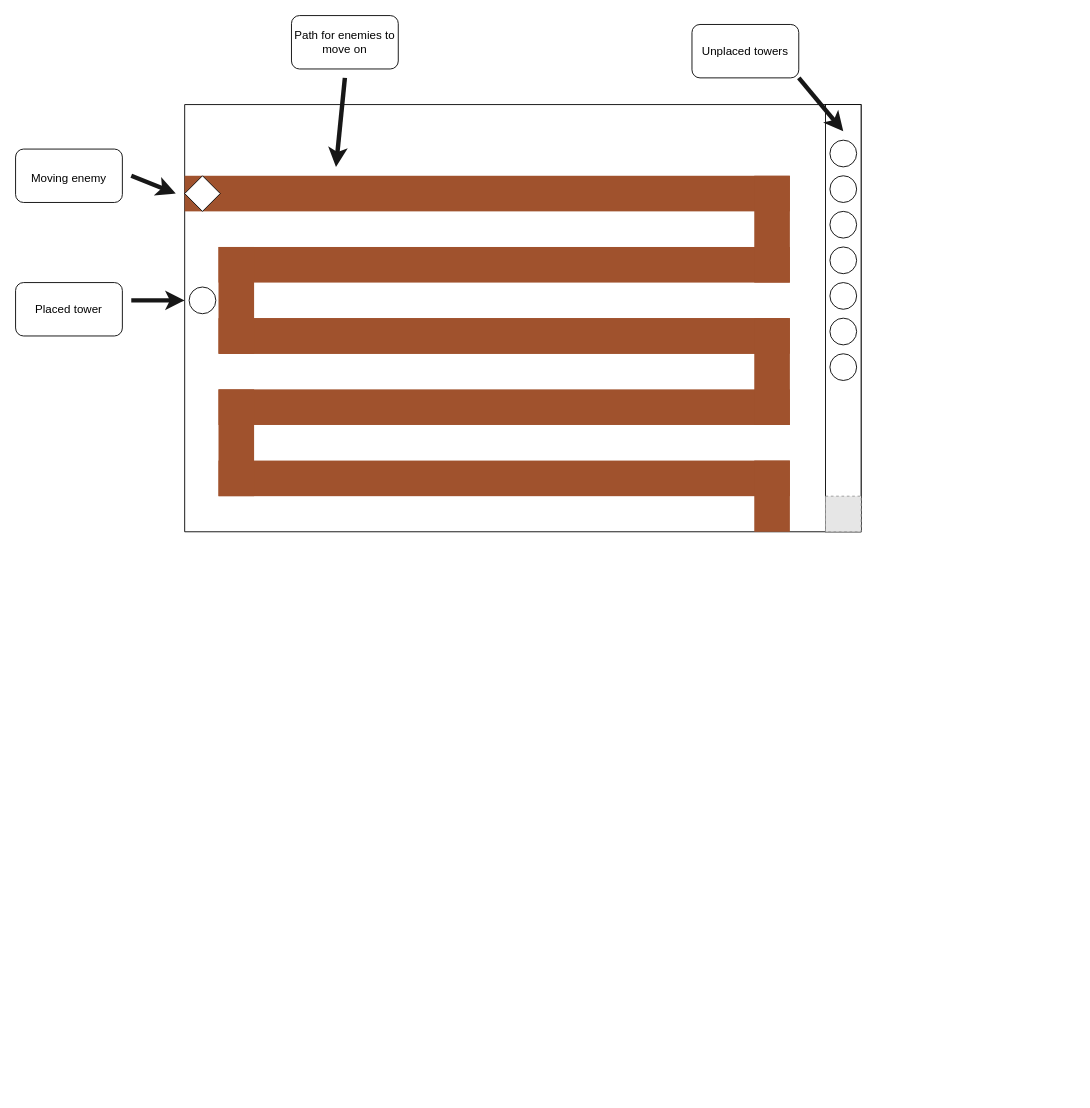
Before: TowerDefenseGP.drawio in olliglorioso/datasets, a draw.io diagram. Source tidied: cells renumbered, new cells numbered last; positions are measured from the earlier drawing's top-left corner, leaving out a move shared by most shapes. Both pictures are drawn from the tidied source at 89%, with x=0, y=0 at pixel (15, 15). Pictures stored in the file or linked from it are replaced by grey dashed boxes.
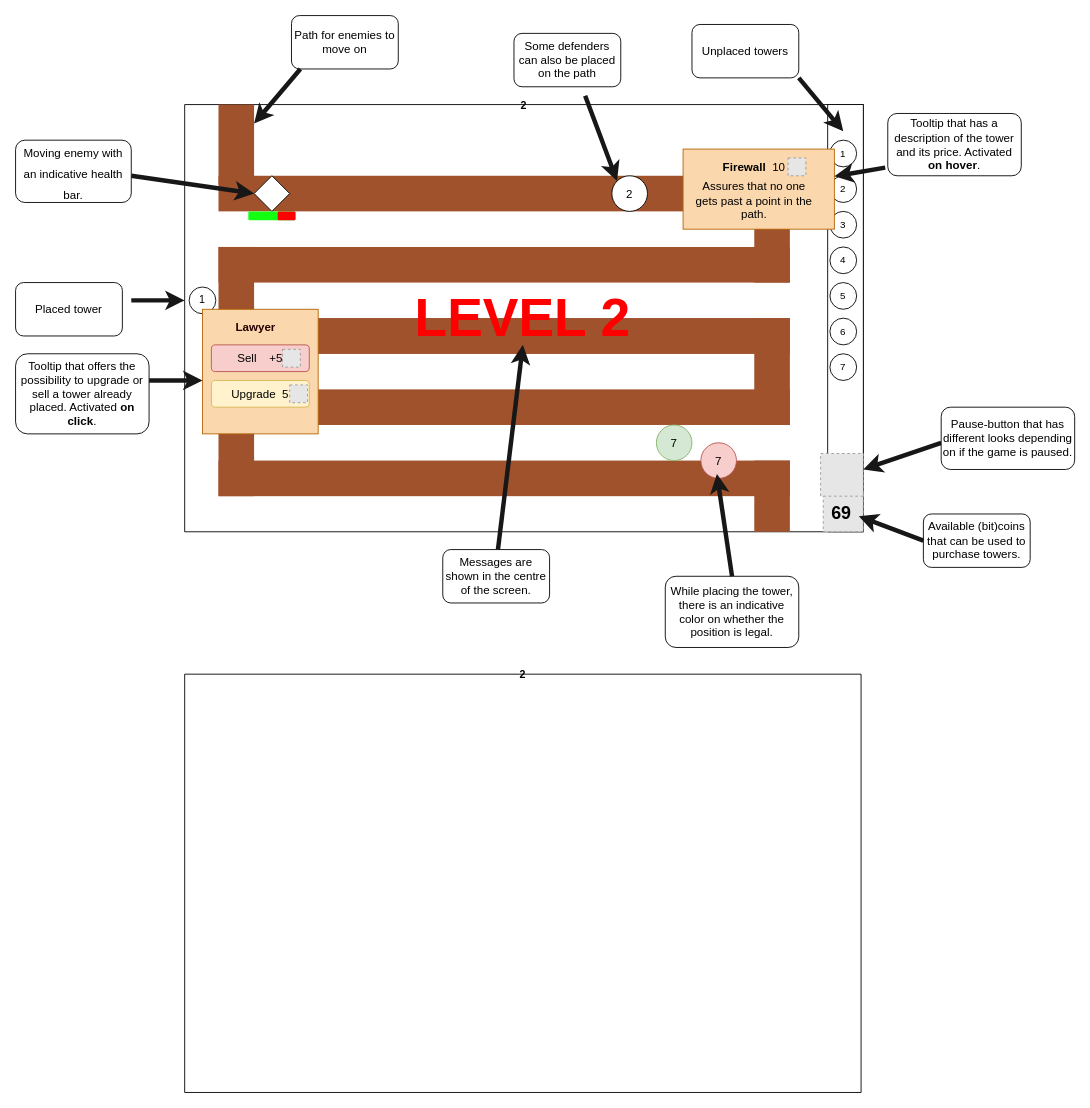
The same diagram, later.

Diff of the diagram source:
```diff
@@
-    <mxCell id="2" style="swimlane;startSize=0;fillColor=#009900;strokeColor=#000000;" parent="1" vertex="1">
-      <mxGeometry x="190" y="100" width="760" height="480" as="geometry" />
+    <mxCell id="2" value="2" style="swimlane;startSize=0;fillColor=#009900;strokeColor=#000000;" parent="1" vertex="1">
+      <mxGeometry x="190" y="100" width="762.5" height="480" as="geometry" />
     </mxCell>
     <mxCell id="3" style="rounded=0;whiteSpace=wrap;html=1;" parent="2" vertex="1">
-      <mxGeometry x="720" width="40" height="480" as="geometry" />
+      <mxGeometry x="722.5" width="40" height="480" as="geometry" />
     </mxCell>
@@
     <mxCell id="11" style="rounded=0;whiteSpace=wrap;html=1;fillColor=#a0522d;fontColor=#ffffff;strokeColor=none;" parent="2" vertex="1">
-      <mxGeometry y="80" width="680" height="40" as="geometry" />
+      <mxGeometry x="38" y="80" width="642" height="40" as="geometry" />
     </mxCell>
@@
     <mxCell id="21" style="rhombus;whiteSpace=wrap;html=1;fontSize=20;" parent="2" vertex="1">
-      <mxGeometry y="80" width="40" height="40" as="geometry" />
+      <mxGeometry x="78" y="80" width="40" height="40" as="geometry" />
     </mxCell>
-    <mxCell id="22" style="ellipse;whiteSpace=wrap;html=1;" parent="2" vertex="1">
+    <mxCell id="22" value="1" style="ellipse;whiteSpace=wrap;html=1;" parent="2" vertex="1">
       <mxGeometry x="5" y="205" width="30" height="30" as="geometry" />
     </mxCell>
-    <mxCell id="23" style="endArrow=classic;html=1;rounded=0;strokeColor=#171717;strokeWidth=5;fontSize=20;" parent="2" edge="1">
-      <mxGeometry relative="1" as="geometry">
-        <mxPoint x="180" y="-30" as="sourcePoint" />
-        <mxPoint x="170" y="70" as="targetPoint" />
-      </mxGeometry>
-    </mxCell>
     <mxCell id="24" style="fillColor=#E6E6E6;strokeColor=#999999;dashed=1;verticalLabelPosition=bottom;labelBackgroundColor=default;verticalAlign=top;" parent="2" vertex="1">
-      <mxGeometry x="720" y="440" width="40" height="40" as="geometry" />
+      <mxGeometry x="717.5" y="435" width="45" height="45" as="geometry" />
     </mxCell>
+    <mxCell id="33" value="&lt;font style=&quot;font-size: 20px;&quot;&gt;&lt;b style=&quot;font-size: 20px;&quot;&gt;69&lt;/b&gt;&lt;/font&gt;" style="text;strokeColor=none;align=center;fillColor=none;html=1;verticalAlign=middle;whiteSpace=wrap;rounded=0;fontSize=20;labelBackgroundColor=none;" parent="2" vertex="1">
+      <mxGeometry x="717.5" y="447.5" width="40" height="20" as="geometry" />
+    </mxCell>
+    <mxCell id="34" style="rounded=0;whiteSpace=wrap;html=1;fillColor=#a0522d;fontColor=#ffffff;strokeColor=none;" parent="2" vertex="1">
+      <mxGeometry x="38" width="40" height="90" as="geometry" />
+    </mxCell>
+    <mxCell id="35" value="1" style="text;strokeColor=none;align=center;fillColor=none;html=1;verticalAlign=middle;whiteSpace=wrap;rounded=0;fontSize=11;" parent="2" vertex="1">
+      <mxGeometry x="725" y="40" width="30" height="30" as="geometry" />
+    </mxCell>
+    <mxCell id="36" value="2" style="text;strokeColor=none;align=center;fillColor=none;html=1;verticalAlign=middle;whiteSpace=wrap;rounded=0;fontSize=11;" parent="2" vertex="1">
+      <mxGeometry x="725" y="80" width="30" height="30" as="geometry" />
+    </mxCell>
+    <mxCell id="37" value="3" style="text;strokeColor=none;align=center;fillColor=none;html=1;verticalAlign=middle;whiteSpace=wrap;rounded=0;fontSize=11;" parent="2" vertex="1">
+      <mxGeometry x="725" y="120" width="30" height="30" as="geometry" />
+    </mxCell>
+    <mxCell id="38" value="4" style="text;strokeColor=none;align=center;fillColor=none;html=1;verticalAlign=middle;whiteSpace=wrap;rounded=0;fontSize=11;" parent="2" vertex="1">
+      <mxGeometry x="725" y="160" width="30" height="30" as="geometry" />
+    </mxCell>
+    <mxCell id="39" value="5" style="text;strokeColor=none;align=center;fillColor=none;html=1;verticalAlign=middle;whiteSpace=wrap;rounded=0;fontSize=11;" parent="2" vertex="1">
+      <mxGeometry x="725" y="200" width="30" height="30" as="geometry" />
+    </mxCell>
+    <mxCell id="40" value="6" style="text;strokeColor=none;align=center;fillColor=none;html=1;verticalAlign=middle;whiteSpace=wrap;rounded=0;fontSize=11;" parent="2" vertex="1">
+      <mxGeometry x="725" y="240" width="30" height="30" as="geometry" />
+    </mxCell>
+    <mxCell id="41" value="7" style="text;strokeColor=none;align=center;fillColor=none;html=1;verticalAlign=middle;whiteSpace=wrap;rounded=0;fontSize=11;" parent="2" vertex="1">
+      <mxGeometry x="725" y="280" width="30" height="30" as="geometry" />
+    </mxCell>
+    <mxCell id="42" value="&lt;font style=&quot;font-size: 13px;&quot;&gt;2&lt;/font&gt;" style="ellipse;whiteSpace=wrap;html=1;fontSize=11;" parent="2" vertex="1">
+      <mxGeometry x="480" y="80" width="40" height="40" as="geometry" />
+    </mxCell>
+    <mxCell id="43" style="endArrow=classic;html=1;rounded=0;strokeColor=#171717;strokeWidth=5;fontSize=20;entryX=0;entryY=0;entryDx=0;entryDy=0;" parent="2" edge="1" target="42">
+      <mxGeometry relative="1" as="geometry">
+        <mxPoint x="450" y="-10" as="sourcePoint" />
+      </mxGeometry>
+    </mxCell>
+    <mxCell id="44" style="rounded=0;whiteSpace=wrap;html=1;strokeColor=#b46504;fontSize=13;fillColor=#fad7ac;" parent="2" vertex="1">
+      <mxGeometry x="560" y="50" width="170" height="90" as="geometry" />
+    </mxCell>
+    <mxCell id="45" style="fillColor=#E6E6E6;strokeColor=#999999;dashed=1;verticalLabelPosition=bottom;labelBackgroundColor=default;verticalAlign=top;" parent="2" vertex="1">
+      <mxGeometry x="678" y="60" width="20" height="20" as="geometry" />
+    </mxCell>
+    <mxCell id="46" value="&lt;b&gt;Firewall&lt;/b&gt;&amp;nbsp; 10" style="text;strokeColor=none;align=center;fillColor=none;html=1;verticalAlign=middle;whiteSpace=wrap;rounded=0;fontSize=13;" parent="2" vertex="1">
+      <mxGeometry x="580" y="55" width="120" height="30" as="geometry" />
+    </mxCell>
+    <mxCell id="47" value="Assures that no one gets past a point in the path." style="text;strokeColor=none;align=center;fillColor=none;html=1;verticalAlign=middle;whiteSpace=wrap;rounded=0;fontSize=13;" parent="2" vertex="1">
+      <mxGeometry x="570" y="85" width="140" height="45" as="geometry" />
+    </mxCell>
+    <mxCell id="48" value="&lt;h1 style=&quot;font-size: 60px;&quot;&gt;LEVEL 2&lt;/h1&gt;" style="text;strokeColor=none;align=center;fillColor=none;html=1;verticalAlign=middle;whiteSpace=wrap;rounded=0;fontSize=60;labelBackgroundColor=none;fontColor=#ff0000;" parent="2" vertex="1">
+      <mxGeometry x="140" y="210" width="480" height="60" as="geometry" />
+    </mxCell>
+    <mxCell id="49" style="rounded=0;whiteSpace=wrap;html=1;strokeColor=#b46504;fontSize=13;fillColor=#fad7ac;" parent="2" vertex="1">
+      <mxGeometry x="20" y="230" width="130" height="140" as="geometry" />
+    </mxCell>
+    <mxCell id="50" style="endArrow=classic;html=1;rounded=0;strokeColor=#171717;strokeWidth=5;fontSize=20;" parent="2" edge="1">
+      <mxGeometry relative="1" as="geometry">
+        <mxPoint x="-40" y="310" as="sourcePoint" />
+        <mxPoint x="20" y="310" as="targetPoint" />
+      </mxGeometry>
+    </mxCell>
+    <mxCell id="51" value="&lt;b&gt;Lawyer&lt;/b&gt;" style="text;strokeColor=none;align=center;fillColor=none;html=1;verticalAlign=middle;whiteSpace=wrap;rounded=0;fontSize=13;fontColor=#260000;" parent="2" vertex="1">
+      <mxGeometry x="50" y="235" width="60" height="30" as="geometry" />
+    </mxCell>
+    <mxCell id="52" value="Sell&amp;nbsp; &amp;nbsp; +5" style="rounded=1;whiteSpace=wrap;html=1;labelBackgroundColor=none;strokeColor=#b85450;fontSize=13;fillColor=#f8cecc;" parent="2" vertex="1">
+      <mxGeometry x="30" y="270" width="110" height="30" as="geometry" />
+    </mxCell>
+    <mxCell id="53" value="Upgrade&amp;nbsp; 5" style="rounded=1;whiteSpace=wrap;html=1;labelBackgroundColor=none;strokeColor=#d6b656;fontSize=13;fillColor=#fff2cc;" parent="2" vertex="1">
+      <mxGeometry x="30" y="310" width="110" height="30" as="geometry" />
+    </mxCell>
+    <mxCell id="54" style="fillColor=#E6E6E6;strokeColor=#999999;dashed=1;verticalLabelPosition=bottom;labelBackgroundColor=default;verticalAlign=top;" parent="2" vertex="1">
+      <mxGeometry x="118" y="315" width="20" height="20" as="geometry" />
+    </mxCell>
+    <mxCell id="55" style="fillColor=#E6E6E6;strokeColor=#999999;dashed=1;verticalLabelPosition=bottom;labelBackgroundColor=default;verticalAlign=top;" parent="2" vertex="1">
+      <mxGeometry x="110" y="275" width="20" height="20" as="geometry" />
+    </mxCell>
+    <mxCell id="56" style="rounded=1;whiteSpace=wrap;html=1;labelBackgroundColor=none;strokeColor=none;fontSize=13;fontColor=#260000;fillColor=#12FF12;" parent="2" vertex="1">
+      <mxGeometry x="71.5" y="120" width="53" height="10" as="geometry" />
+    </mxCell>
+    <mxCell id="57" style="rounded=1;whiteSpace=wrap;html=1;labelBackgroundColor=none;strokeColor=none;fontSize=13;fontColor=#260000;fillColor=#FF0000;" parent="2" vertex="1">
+      <mxGeometry x="104.5" y="120" width="20" height="10" as="geometry" />
+    </mxCell>
+    <mxCell id="58" value="7" style="ellipse;whiteSpace=wrap;html=1;labelBackgroundColor=none;strokeColor=#b85450;fontSize=13;fillColor=#f8cecc;" parent="2" vertex="1">
+      <mxGeometry x="580" y="380" width="40" height="40" as="geometry" />
+    </mxCell>
+    <mxCell id="59" value="7" style="ellipse;whiteSpace=wrap;html=1;labelBackgroundColor=none;strokeColor=#82b366;fontSize=13;fillColor=#d5e8d4;" parent="2" vertex="1">
+      <mxGeometry x="530" y="360" width="40" height="40" as="geometry" />
+    </mxCell>
+    <mxCell id="60" style="fillColor=#E6E6E6;strokeColor=#999999;dashed=1;html=1;verticalAlign=top;verticalLabelPosition=bottom;labelBackgroundColor=#ffffff;fontSize=13;fontColor=#260000;" parent="2" vertex="1">
+      <mxGeometry x="714.5" y="392" width="48" height="48" as="geometry" />
+    </mxCell>
@@
-    <mxCell id="26" style="endArrow=classic;html=1;rounded=0;strokeColor=#171717;strokeWidth=5;fontSize=20;" parent="1" edge="1">
+    <mxCell id="26" style="endArrow=classic;html=1;rounded=0;strokeColor=#171717;strokeWidth=5;fontSize=20;entryX=0;entryY=0.5;entryDx=0;entryDy=0;" parent="1" edge="1" target="21">
       <mxGeometry relative="1" as="geometry">
         <mxPoint x="130" y="180" as="sourcePoint" />
-        <mxPoint x="180" y="200" as="targetPoint" />
       </mxGeometry>
     </mxCell>
-    <mxCell id="27" value="&lt;font style=&quot;font-size: 13px;&quot;&gt;Moving enemy&lt;/font&gt;" style="rounded=1;whiteSpace=wrap;html=1;fontSize=20;" parent="1" vertex="1">
-      <mxGeometry y="150" width="120" height="60" as="geometry" />
+    <mxCell id="27" value="&lt;font style=&quot;font-size: 13px;&quot;&gt;Moving enemy with an indicative health bar.&lt;/font&gt;" style="rounded=1;whiteSpace=wrap;html=1;fontSize=20;" parent="1" vertex="1">
+      <mxGeometry y="140" width="130" height="70" as="geometry" />
     </mxCell>
@@
+    <mxCell id="61" value="&lt;font style=&quot;font-size: 13px;&quot;&gt;Some defenders can also be placed on the path&lt;/font&gt;" style="rounded=1;whiteSpace=wrap;html=1;fontSize=13;" parent="1" vertex="1">
+      <mxGeometry x="560" y="20" width="120" height="60" as="geometry" />
+    </mxCell>
+    <mxCell id="23" style="endArrow=classic;html=1;rounded=0;strokeColor=#171717;strokeWidth=5;fontSize=20;" parent="1" edge="1" target="34">
+      <mxGeometry relative="1" as="geometry">
+        <mxPoint x="320" y="60" as="sourcePoint" />
+      </mxGeometry>
+    </mxCell>
+    <mxCell id="62" value="Tooltip that has a description of the tower and its price. Activated &lt;b&gt;on hover&lt;/b&gt;." style="rounded=1;whiteSpace=wrap;html=1;fontSize=13;" parent="1" vertex="1">
+      <mxGeometry x="980" y="110" width="150" height="70" as="geometry" />
+    </mxCell>
+    <mxCell id="63" style="endArrow=classic;html=1;rounded=0;strokeColor=#171717;strokeWidth=5;fontSize=20;exitX=-0.019;exitY=0.87;exitDx=0;exitDy=0;exitPerimeter=0;" parent="1" edge="1" source="62" target="44">
+      <mxGeometry relative="1" as="geometry" />
+    </mxCell>
+    <mxCell id="64" value="Available (bit)coins that can be used to purchase towers." style="rounded=1;whiteSpace=wrap;html=1;fontSize=13;" parent="1" vertex="1">
+      <mxGeometry x="1020" y="560" width="120" height="60" as="geometry" />
+    </mxCell>
+    <mxCell id="65" style="endArrow=classic;html=1;rounded=0;strokeColor=#171717;strokeWidth=5;fontSize=20;exitX=-0.019;exitY=0.87;exitDx=0;exitDy=0;exitPerimeter=0;entryX=1;entryY=0.75;entryDx=0;entryDy=0;" parent="1" edge="1" target="33">
+      <mxGeometry relative="1" as="geometry">
+        <mxPoint x="1020" y="590" as="sourcePoint" />
+      </mxGeometry>
+    </mxCell>
+    <mxCell id="66" value="Messages are shown in the centre of the screen." style="rounded=1;whiteSpace=wrap;html=1;fontSize=13;" parent="1" vertex="1">
+      <mxGeometry x="480" y="600" width="120" height="60" as="geometry" />
+    </mxCell>
+    <mxCell id="67" style="endArrow=classic;html=1;rounded=0;strokeColor=#171717;strokeWidth=5;fontSize=20;entryX=0.5;entryY=1;entryDx=0;entryDy=0;" parent="1" edge="1" target="48">
+      <mxGeometry relative="1" as="geometry">
+        <mxPoint x="542" y="600" as="sourcePoint" />
+      </mxGeometry>
+    </mxCell>
+    <mxCell id="68" value="Tooltip that offers the possibility to upgrade or sell a tower already placed. Activated &lt;b&gt;on click&lt;/b&gt;." style="rounded=1;whiteSpace=wrap;html=1;fontSize=13;" parent="1" vertex="1">
+      <mxGeometry y="380" width="150" height="90" as="geometry" />
+    </mxCell>
+    <mxCell id="69" value="While placing the tower, there is an indicative color on whether the position is legal." style="rounded=1;whiteSpace=wrap;html=1;fontSize=13;" parent="1" vertex="1">
+      <mxGeometry x="730" y="630" width="150" height="80" as="geometry" />
+    </mxCell>
+    <mxCell id="70" style="endArrow=classic;html=1;rounded=0;strokeColor=#171717;strokeWidth=5;fontSize=20;entryX=0.5;entryY=1;entryDx=0;entryDy=0;exitX=0.5;exitY=0;exitDx=0;exitDy=0;" parent="1" edge="1" source="69">
+      <mxGeometry relative="1" as="geometry">
+        <mxPoint x="788" y="515" as="targetPoint" />
+      </mxGeometry>
+    </mxCell>
+    <mxCell id="71" style="endArrow=classic;html=1;rounded=0;strokeColor=#171717;strokeWidth=5;fontSize=20;entryX=1;entryY=0.75;entryDx=0;entryDy=0;" parent="1" edge="1">
+      <mxGeometry relative="1" as="geometry">
+        <mxPoint x="1040" y="480" as="sourcePoint" />
+        <mxPoint x="952.5" y="510" as="targetPoint" />
+      </mxGeometry>
+    </mxCell>
+    <mxCell id="72" value="Pause-button that has different looks depending on if the game is paused." style="rounded=1;whiteSpace=wrap;html=1;fontSize=13;" parent="1" vertex="1">
+      <mxGeometry x="1040" y="440" width="150" height="70" as="geometry" />
+    </mxCell>
+    <mxCell id="73" value="2" style="swimlane;startSize=0;fillColor=#009900;strokeColor=#000000;" parent="1" vertex="1">
+      <mxGeometry x="190" y="740" width="760" height="470" as="geometry" />
+    </mxCell>
```
